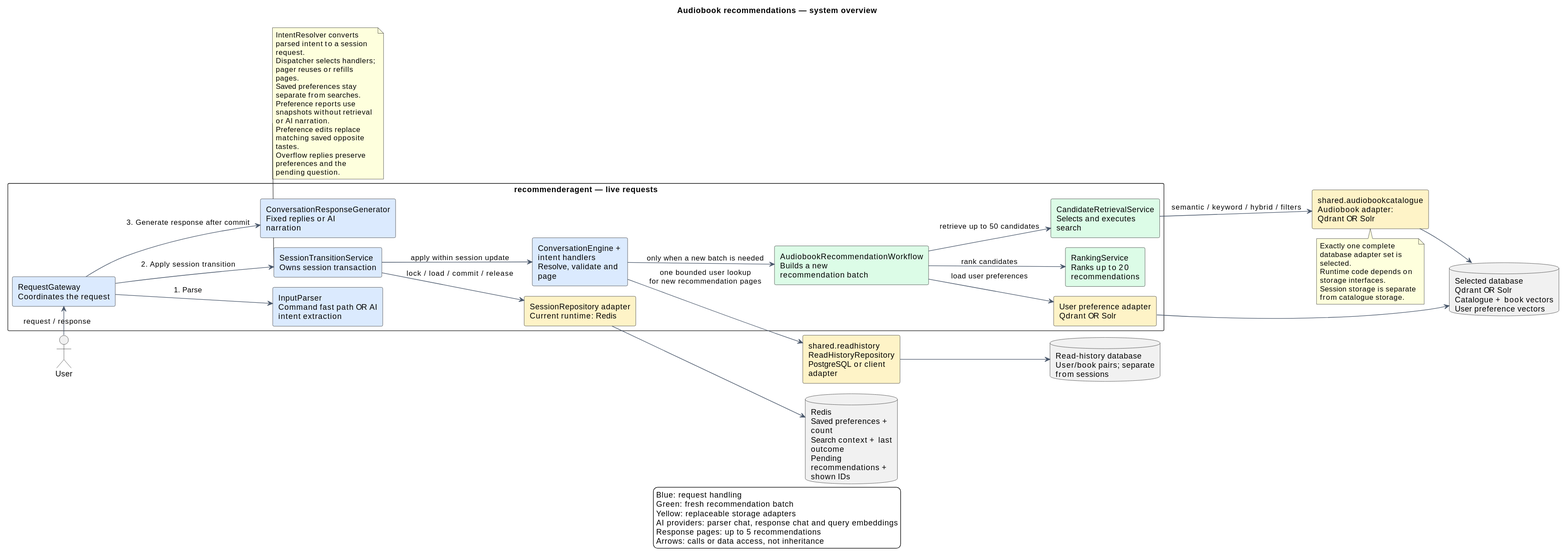
Before: docs/diagrams/system-overview.svg, a diagram exported from PlantUML (Juliu9/IT-Project).
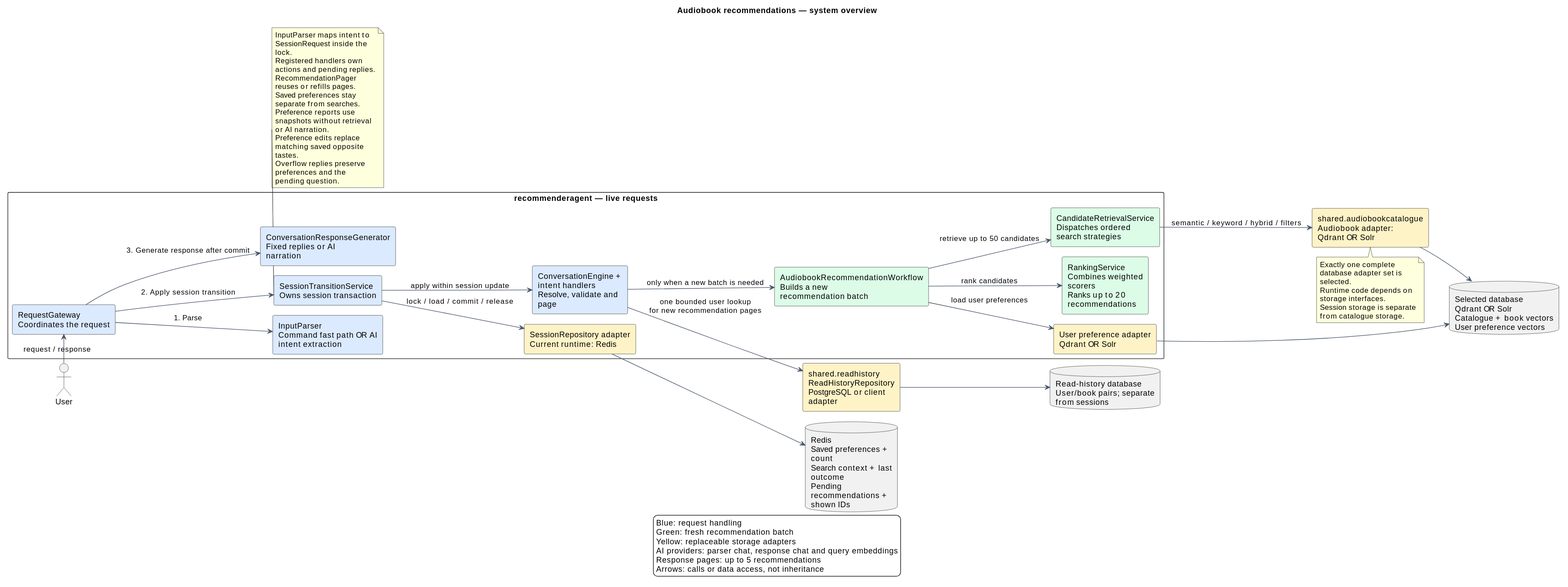
After the commit.

Diff of the diagram source:
```diff
@@ -17,8 +17,8 @@
   component "SessionTransitionService\nOwns session transaction" as Session #DBEAFE
   component "ConversationEngine + intent handlers\nResolve, validate and page" as Engine #DBEAFE
   component "AudiobookRecommendationWorkflow\nBuilds a new recommendation batch" as Workflow #DCFCE7
-  component "CandidateRetrievalService\nSelects and executes search" as Retrieval #DCFCE7
-  component "RankingService\nRanks up to 20 recommendations" as Ranking #DCFCE7
+  component "CandidateRetrievalService\nDispatches ordered search strategies" as Retrieval #DCFCE7
+  component "RankingService\nCombines weighted scorers\nRanks up to 20 recommendations" as Ranking #DCFCE7
   component "ConversationResponseGenerator\nFixed replies or AI narration" as Response #DBEAFE
   component "User preference adapter\nQdrant OR Solr" as UserAdapter #FEF3C7
   component "SessionRepository adapter\nCurrent runtime: Redis" as SessionStore #FEF3C7
@@ -47,8 +47,9 @@
 Gateway --> Response : 3. Generate response after commit
 
 note bottom of Session
-  IntentResolver converts parsed intent to a session request.
-  Dispatcher selects handlers; pager reuses or refills pages.
+  InputParser maps intent to SessionRequest inside the lock.
+  Registered handlers own actions and pending replies.
+  RecommendationPager reuses or refills pages.
   Saved preferences stay separate from searches.
   Preference reports use snapshots without retrieval or AI narration.
   Preference edits replace matching saved opposite tastes.
```
